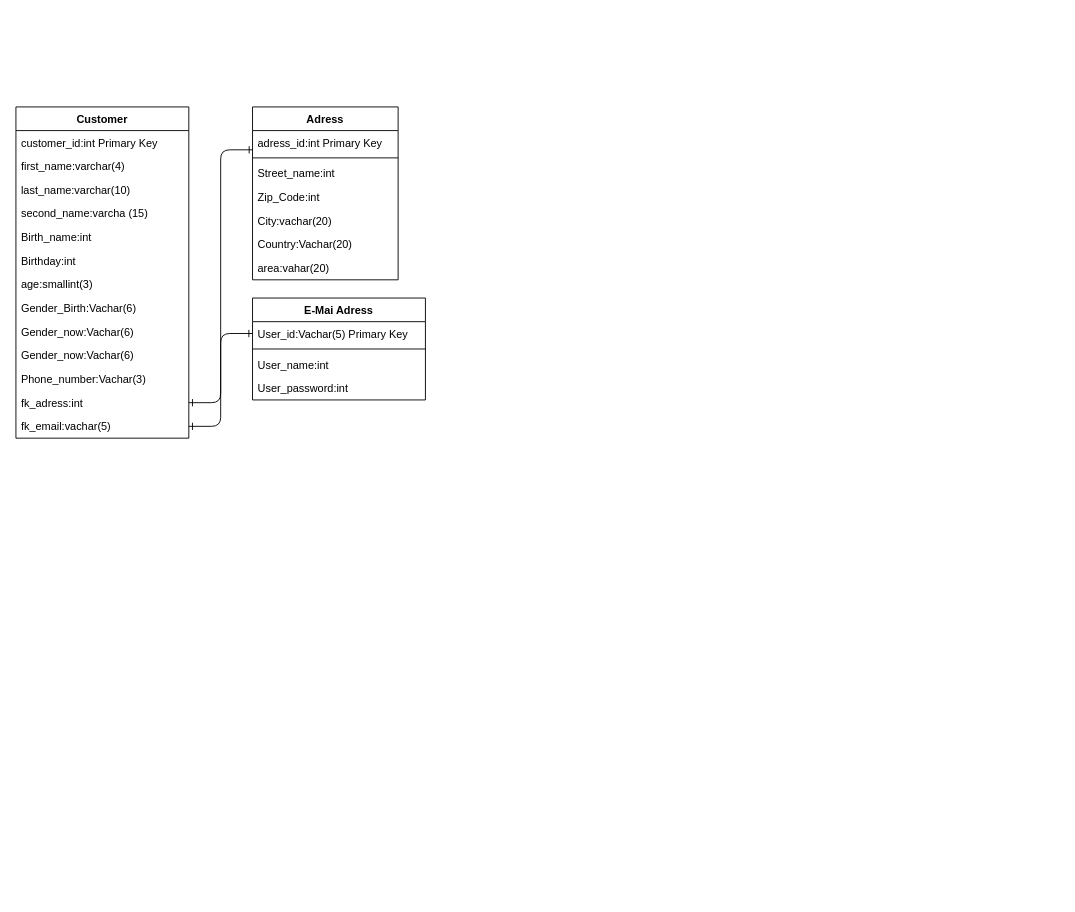
The draw.io diagram page "Famazon Visual 3 UML" (3 of 3) of Michael/FamazonMichael.drawio in MichaelGarrigosa/backenddayone, before the edit. Source tidied: cells renumbered, new cells numbered last; positions are measured from the earlier drawing's top-left corner, leaving out a move shared by most shapes. Both pictures are drawn from the tidied source at 91%, with x=0, y=0 at pixel (15, 106).
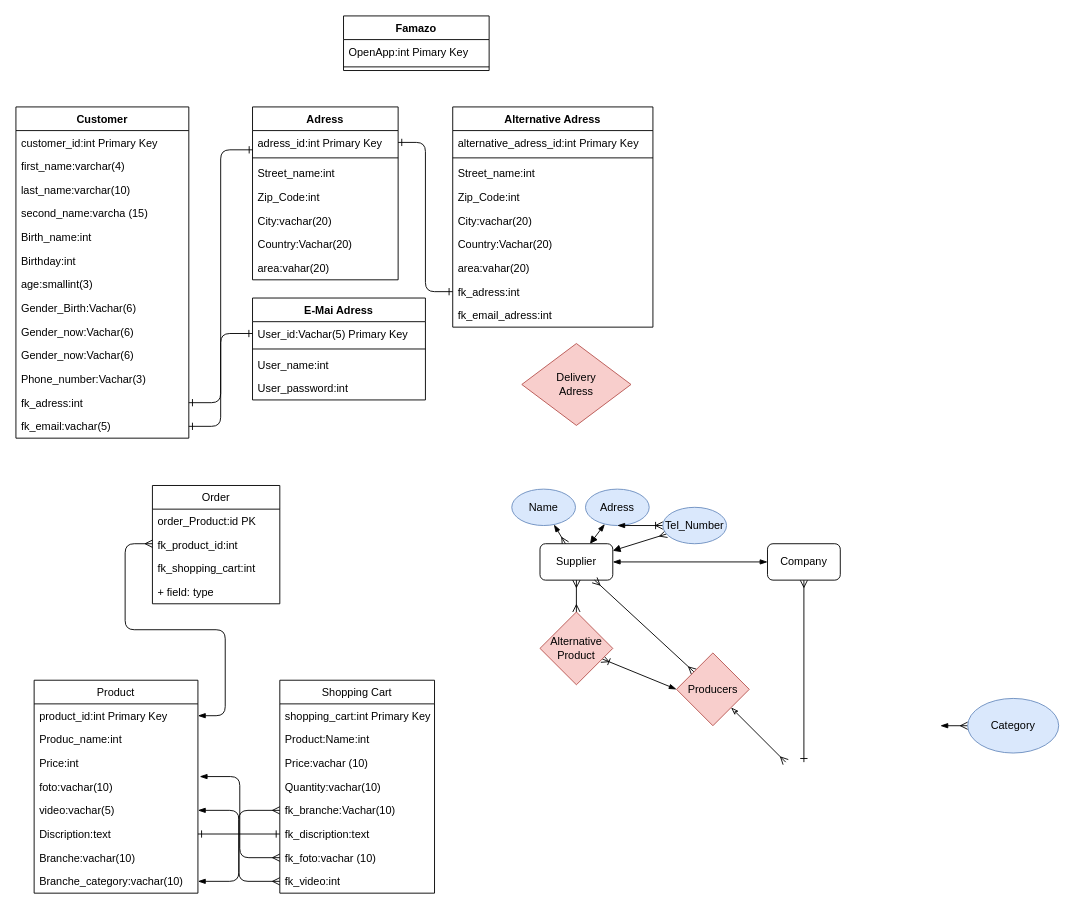
The same diagram, later.

Unchanged cells that the change refers to:
```xml
<mxCell id="3" value="adress_id:int Primary Key" style="text;strokeColor=none;fillColor=none;align=left;verticalAlign=top;spacingLeft=4;spacingRight=4;overflow=hidden;points=[[0,0.5],[1,0.5]];portConstraint=eastwest;" parent="2" vertex="1">
  <mxGeometry y="26" width="160" height="26" as="geometry" />
</mxCell>
```

Diff of the diagram source:
```diff
@@
+    <mxCell id="31" value="Famazo" style="swimlane;fontStyle=1;align=center;verticalAlign=top;horizontal=1;startSize=26;" parent="1" vertex="1">
+      <mxGeometry x="360" y="-100" width="160" height="60" as="geometry" />
+    </mxCell>
+    <mxCell id="32" value="OpenApp:int Pimary Key" style="text;strokeColor=none;fillColor=none;align=left;verticalAlign=top;spacingLeft=4;spacingRight=4;overflow=hidden;" parent="31" vertex="1">
+      <mxGeometry y="26" width="160" height="26" as="geometry" />
+    </mxCell>
+    <mxCell id="33" style="line;strokeWidth=1;fillColor=none;align=left;verticalAlign=middle;spacingTop=-1;spacingLeft=3;spacingRight=3;labelPosition=right;" parent="31" vertex="1">
+      <mxGeometry y="52" width="160" height="8" as="geometry" />
+    </mxCell>
+    <mxCell id="34" value="Delivery &lt;br&gt;Adress" style="rhombus;whiteSpace=wrap;html=1;fillColor=#f8cecc;strokeColor=#b85450;" parent="1" vertex="1">
+      <mxGeometry x="555.9" y="260" width="120" height="90" as="geometry" />
+    </mxCell>
+    <mxCell id="35" value="Alternative Adress" style="swimlane;fontStyle=1;align=center;verticalAlign=top;horizontal=1;startSize=26;" parent="1" vertex="1">
+      <mxGeometry x="480" width="220" height="242" as="geometry" />
+    </mxCell>
+    <mxCell id="36" value="alternative_adress_id:int Primary Key" style="text;strokeColor=none;fillColor=none;align=left;verticalAlign=top;spacingLeft=4;spacingRight=4;overflow=hidden;" parent="35" vertex="1">
+      <mxGeometry y="26" width="220" height="26" as="geometry" />
+    </mxCell>
+    <mxCell id="37" style="line;strokeWidth=1;fillColor=none;align=left;verticalAlign=middle;spacingTop=-1;spacingLeft=3;spacingRight=3;labelPosition=right;" parent="35" vertex="1">
+      <mxGeometry y="52" width="220" height="8" as="geometry" />
+    </mxCell>
+    <mxCell id="38" value="Street_name:int" style="text;strokeColor=none;fillColor=none;align=left;verticalAlign=top;spacingLeft=4;spacingRight=4;overflow=hidden;" parent="35" vertex="1">
+      <mxGeometry y="60" width="220" height="26" as="geometry" />
+    </mxCell>
+    <mxCell id="39" value="Zip_Code:int" style="text;strokeColor=none;fillColor=none;align=left;verticalAlign=top;spacingLeft=4;spacingRight=4;overflow=hidden;" parent="35" vertex="1">
+      <mxGeometry y="86" width="220" height="26" as="geometry" />
+    </mxCell>
+    <mxCell id="40" value="City:vachar(20)" style="text;strokeColor=none;fillColor=none;align=left;verticalAlign=top;spacingLeft=4;spacingRight=4;overflow=hidden;" parent="35" vertex="1">
+      <mxGeometry y="112" width="220" height="26" as="geometry" />
+    </mxCell>
+    <mxCell id="41" value="Country:Vachar(20)" style="text;strokeColor=none;fillColor=none;align=left;verticalAlign=top;spacingLeft=4;spacingRight=4;overflow=hidden;" parent="35" vertex="1">
+      <mxGeometry y="138" width="220" height="26" as="geometry" />
+    </mxCell>
+    <mxCell id="42" value="area:vahar(20)" style="text;strokeColor=none;fillColor=none;align=left;verticalAlign=top;spacingLeft=4;spacingRight=4;overflow=hidden;" parent="35" vertex="1">
+      <mxGeometry y="164" width="220" height="26" as="geometry" />
+    </mxCell>
+    <mxCell id="43" value="fk_adress:int" style="text;strokeColor=none;fillColor=none;align=left;verticalAlign=top;spacingLeft=4;spacingRight=4;overflow=hidden;points=[[0,0.5],[1,0.5]];portConstraint=eastwest;" parent="35" vertex="1">
+      <mxGeometry y="190" width="220" height="26" as="geometry" />
+    </mxCell>
+    <mxCell id="44" value="fk_email_adress:int" style="text;strokeColor=none;fillColor=none;align=left;verticalAlign=top;spacingLeft=4;spacingRight=4;overflow=hidden;" parent="35" vertex="1">
+      <mxGeometry y="216" width="220" height="26" as="geometry" />
+    </mxCell>
+    <mxCell id="45" style="edgeStyle=orthogonalEdgeStyle;html=1;entryX=1;entryY=0.5;entryDx=0;entryDy=0;endArrow=ERone;endFill=0;startArrow=ERone;startFill=0;" parent="1" edge="1" source="43" target="3">
+      <mxGeometry relative="1" as="geometry" />
+    </mxCell>
+    <mxCell id="46" style="edgeStyle=none;html=1;startArrow=ERone;startFill=0;endArrow=ERmany;endFill=0;entryX=0.5;entryY=1;entryDx=0;entryDy=0;" parent="1" edge="1" target="61">
+      <mxGeometry relative="1" as="geometry">
+        <mxPoint x="865.9" y="720" as="sourcePoint" />
+      </mxGeometry>
+    </mxCell>
+    <mxCell id="47" style="edgeStyle=none;html=1;startArrow=blockThin;startFill=1;endArrow=ERmany;endFill=0;" parent="1" edge="1" target="57">
+      <mxGeometry relative="1" as="geometry">
+        <mxPoint x="1015.9" y="680" as="sourcePoint" />
+      </mxGeometry>
+    </mxCell>
+    <mxCell id="48" style="edgeStyle=none;html=1;startArrow=ERmany;startFill=0;endArrow=blockThin;endFill=1;" parent="1" edge="1" source="50" target="51">
+      <mxGeometry relative="1" as="geometry" />
+    </mxCell>
+    <mxCell id="49" style="edgeStyle=none;html=1;entryX=0;entryY=0.5;entryDx=0;entryDy=0;startArrow=blockThin;startFill=1;endArrow=blockThin;endFill=1;" parent="1" edge="1" source="50" target="61">
+      <mxGeometry relative="1" as="geometry" />
+    </mxCell>
+    <mxCell id="50" value="Supplier" style="rounded=1;whiteSpace=wrap;html=1;" parent="1" vertex="1">
+      <mxGeometry x="575.9" y="480" width="80" height="40" as="geometry" />
+    </mxCell>
+    <mxCell id="51" value="Name" style="ellipse;whiteSpace=wrap;html=1;fillColor=#dae8fc;strokeColor=#6c8ebf;" parent="1" vertex="1">
+      <mxGeometry x="544.9" y="420" width="70" height="40" as="geometry" />
+    </mxCell>
+    <mxCell id="52" style="edgeStyle=none;html=1;startArrow=blockThin;startFill=1;endArrow=block;endFill=1;" parent="1" edge="1" source="53" target="50">
+      <mxGeometry relative="1" as="geometry" />
+    </mxCell>
+    <mxCell id="53" value="Adress" style="ellipse;whiteSpace=wrap;html=1;fillColor=#dae8fc;strokeColor=#6c8ebf;" parent="1" vertex="1">
+      <mxGeometry x="625.9" y="420" width="70" height="40" as="geometry" />
+    </mxCell>
+    <mxCell id="54" style="edgeStyle=none;html=1;exitX=1;exitY=1;exitDx=0;exitDy=0;startArrow=classicThin;startFill=0;endArrow=ERmany;endFill=0;" parent="1" edge="1" source="56">
+      <mxGeometry relative="1" as="geometry">
+        <mxPoint x="845.9" y="720" as="targetPoint" />
+      </mxGeometry>
+    </mxCell>
+    <mxCell id="55" style="edgeStyle=none;html=1;startArrow=ERmany;startFill=0;endArrow=ERmany;endFill=0;entryX=0.75;entryY=1;entryDx=0;entryDy=0;" parent="1" edge="1" source="56" target="50">
+      <mxGeometry relative="1" as="geometry" />
+    </mxCell>
+    <mxCell id="56" value="Producers" style="rhombus;whiteSpace=wrap;html=1;fillColor=#f8cecc;strokeColor=#b85450;" parent="1" vertex="1">
+      <mxGeometry x="725.9" y="600" width="80" height="80" as="geometry" />
+    </mxCell>
+    <mxCell id="57" value="Category" style="ellipse;whiteSpace=wrap;html=1;fillColor=#dae8fc;strokeColor=#6c8ebf;" parent="1" vertex="1">
+      <mxGeometry x="1045.9" y="650" width="100" height="60" as="geometry" />
+    </mxCell>
+    <mxCell id="58" style="edgeStyle=none;html=1;entryX=0;entryY=0.5;entryDx=0;entryDy=0;startArrow=ERoneToMany;startFill=0;endArrow=blockThin;endFill=1;" parent="1" edge="1" source="60" target="56">
+      <mxGeometry relative="1" as="geometry" />
+    </mxCell>
+    <mxCell id="59" style="edgeStyle=none;html=1;entryX=0.5;entryY=1;entryDx=0;entryDy=0;startArrow=ERmany;startFill=0;endArrow=ERmany;endFill=0;" parent="1" edge="1" source="60" target="50">
+      <mxGeometry relative="1" as="geometry" />
+    </mxCell>
+    <mxCell id="60" value="Alternative Product" style="rhombus;whiteSpace=wrap;html=1;fillColor=#f8cecc;strokeColor=#b85450;" parent="1" vertex="1">
+      <mxGeometry x="575.9" y="555" width="80" height="80" as="geometry" />
+    </mxCell>
+    <mxCell id="61" value="Company" style="rounded=1;whiteSpace=wrap;html=1;" parent="1" vertex="1">
+      <mxGeometry x="825.9" y="480" width="80" height="40" as="geometry" />
+    </mxCell>
+    <mxCell id="62" style="edgeStyle=none;html=1;startArrow=ERmany;startFill=0;endArrow=block;endFill=1;" parent="1" edge="1" source="64" target="50">
+      <mxGeometry relative="1" as="geometry" />
+    </mxCell>
+    <mxCell id="63" style="edgeStyle=none;html=1;entryX=0.5;entryY=1;entryDx=0;entryDy=0;startArrow=ERoneToMany;startFill=0;endArrow=blockThin;endFill=1;" parent="1" edge="1" source="64" target="53">
+      <mxGeometry relative="1" as="geometry" />
+    </mxCell>
+    <mxCell id="64" value="Tel_Number" style="ellipse;whiteSpace=wrap;html=1;fillColor=#dae8fc;strokeColor=#6c8ebf;" parent="1" vertex="1">
+      <mxGeometry x="710.9" y="440" width="70" height="40" as="geometry" />
+    </mxCell>
+    <mxCell id="65" value="Shopping Cart" style="swimlane;fontStyle=0;horizontal=1;startSize=26;fillColor=none;" parent="1" vertex="1">
+      <mxGeometry x="290" y="630" width="170" height="234" as="geometry" />
+    </mxCell>
+    <mxCell id="66" value="shopping_cart:int Primary Key" style="text;strokeColor=none;fillColor=none;align=left;verticalAlign=top;spacingLeft=4;spacingRight=4;overflow=hidden;" parent="65" vertex="1">
+      <mxGeometry y="26" width="170" height="26" as="geometry" />
+    </mxCell>
+    <mxCell id="67" value="Product:Name:int" style="text;strokeColor=none;fillColor=none;align=left;verticalAlign=top;spacingLeft=4;spacingRight=4;overflow=hidden;" parent="65" vertex="1">
+      <mxGeometry y="52" width="170" height="26" as="geometry" />
+    </mxCell>
+    <mxCell id="68" value="Price:vachar (10)" style="text;strokeColor=none;fillColor=none;align=left;verticalAlign=top;spacingLeft=4;spacingRight=4;overflow=hidden;" parent="65" vertex="1">
+      <mxGeometry y="78" width="170" height="26" as="geometry" />
+    </mxCell>
+    <mxCell id="69" value="Quantity:vachar(10)" style="text;strokeColor=none;fillColor=none;align=left;verticalAlign=top;spacingLeft=4;spacingRight=4;overflow=hidden;" parent="65" vertex="1">
+      <mxGeometry y="104" width="170" height="26" as="geometry" />
+    </mxCell>
+    <mxCell id="70" value="fk_branche:Vachar(10)" style="text;strokeColor=none;fillColor=none;align=left;verticalAlign=top;spacingLeft=4;spacingRight=4;overflow=hidden;points=[[0,0.5],[1,0.5]];portConstraint=eastwest;" parent="65" vertex="1">
+      <mxGeometry y="130" width="170" height="26" as="geometry" />
+    </mxCell>
+    <mxCell id="71" value="fk_discription:text" style="text;strokeColor=none;fillColor=none;align=left;verticalAlign=top;spacingLeft=4;spacingRight=4;overflow=hidden;points=[[0,0.5],[1,0.5]];portConstraint=eastwest;" parent="65" vertex="1">
+      <mxGeometry y="156" width="170" height="26" as="geometry" />
+    </mxCell>
+    <mxCell id="72" value="fk_foto:vachar (10)" style="text;strokeColor=none;fillColor=none;align=left;verticalAlign=top;spacingLeft=4;spacingRight=4;overflow=hidden;points=[[0,0.5],[1,0.5]];portConstraint=eastwest;" parent="65" vertex="1">
+      <mxGeometry y="182" width="170" height="26" as="geometry" />
+    </mxCell>
+    <mxCell id="73" value="fk_video:int" style="text;strokeColor=none;fillColor=none;align=left;verticalAlign=top;spacingLeft=4;spacingRight=4;overflow=hidden;points=[[0,0.5],[1,0.5]];portConstraint=eastwest;" parent="65" vertex="1">
+      <mxGeometry y="208" width="170" height="26" as="geometry" />
+    </mxCell>
+    <mxCell id="74" value="Product" style="swimlane;fontStyle=0;horizontal=1;startSize=26;fillColor=none;" parent="1" vertex="1">
+      <mxGeometry x="20" y="630" width="180" height="234" as="geometry" />
+    </mxCell>
+    <mxCell id="75" value="product_id:int Primary Key" style="text;strokeColor=none;fillColor=none;align=left;verticalAlign=top;spacingLeft=4;spacingRight=4;overflow=hidden;points=[[0,0.5],[1,0.5]];portConstraint=eastwest;" parent="74" vertex="1">
+      <mxGeometry y="26" width="180" height="26" as="geometry" />
+    </mxCell>
+    <mxCell id="76" value="Produc_name:int" style="text;strokeColor=none;fillColor=none;align=left;verticalAlign=top;spacingLeft=4;spacingRight=4;overflow=hidden;" parent="74" vertex="1">
+      <mxGeometry y="52" width="180" height="26" as="geometry" />
+    </mxCell>
+    <mxCell id="77" value="Price:int" style="text;strokeColor=none;fillColor=none;align=left;verticalAlign=top;spacingLeft=4;spacingRight=4;overflow=hidden;" parent="74" vertex="1">
+      <mxGeometry y="78" width="180" height="26" as="geometry" />
+    </mxCell>
+    <mxCell id="78" value="foto:vachar(10)" style="text;strokeColor=none;fillColor=none;align=left;verticalAlign=top;spacingLeft=4;spacingRight=4;overflow=hidden;points=[[0,0.5],[1,0.5]];portConstraint=eastwest;" parent="74" vertex="1">
+      <mxGeometry y="104" width="180" height="26" as="geometry" />
+    </mxCell>
+    <mxCell id="79" value="video:vachar(5)" style="text;strokeColor=none;fillColor=none;align=left;verticalAlign=top;spacingLeft=4;spacingRight=4;overflow=hidden;points=[[0,0.5],[1,0.5]];portConstraint=eastwest;" parent="74" vertex="1">
+      <mxGeometry y="130" width="180" height="26" as="geometry" />
+    </mxCell>
+    <mxCell id="80" value="Discription:text" style="text;strokeColor=none;fillColor=none;align=left;verticalAlign=top;spacingLeft=4;spacingRight=4;overflow=hidden;points=[[0,0.5],[1,0.5]];portConstraint=eastwest;" parent="74" vertex="1">
+      <mxGeometry y="156" width="180" height="26" as="geometry" />
+    </mxCell>
+    <mxCell id="81" value="Branche:vachar(10)" style="text;strokeColor=none;fillColor=none;align=left;verticalAlign=top;spacingLeft=4;spacingRight=4;overflow=hidden;" parent="74" vertex="1">
+      <mxGeometry y="182" width="180" height="26" as="geometry" />
+    </mxCell>
+    <mxCell id="82" value="Branche_category:vachar(10)" style="text;strokeColor=none;fillColor=none;align=left;verticalAlign=top;spacingLeft=4;spacingRight=4;overflow=hidden;points=[[0,0.5],[1,0.5]];portConstraint=eastwest;" parent="74" vertex="1">
+      <mxGeometry y="208" width="180" height="26" as="geometry" />
+    </mxCell>
+    <mxCell id="83" style="edgeStyle=orthogonalEdgeStyle;html=1;entryX=1;entryY=0.5;entryDx=0;entryDy=0;startArrow=ERone;startFill=0;endArrow=ERone;endFill=0;" parent="1" edge="1" source="71" target="80">
+      <mxGeometry relative="1" as="geometry" />
+    </mxCell>
+    <mxCell id="84" style="edgeStyle=elbowEdgeStyle;html=1;startArrow=ERmany;startFill=0;endArrow=blockThin;endFill=1;entryX=1.011;entryY=0.072;entryDx=0;entryDy=0;entryPerimeter=0;" parent="1" edge="1" source="72" target="78">
+      <mxGeometry relative="1" as="geometry" />
+    </mxCell>
+    <mxCell id="85" style="edgeStyle=elbowEdgeStyle;html=1;entryX=1;entryY=0.5;entryDx=0;entryDy=0;startArrow=ERmany;startFill=0;endArrow=blockThin;endFill=1;" parent="1" edge="1" source="73" target="79">
+      <mxGeometry relative="1" as="geometry" />
+    </mxCell>
+    <mxCell id="86" style="edgeStyle=elbowEdgeStyle;html=1;entryX=1;entryY=0.5;entryDx=0;entryDy=0;startArrow=ERmany;startFill=0;endArrow=blockThin;endFill=1;" parent="1" edge="1" source="70" target="82">
+      <mxGeometry relative="1" as="geometry" />
+    </mxCell>
+    <mxCell id="87" value="Order" style="swimlane;fontStyle=0;horizontal=1;startSize=26;fillColor=none;" parent="1" vertex="1">
+      <mxGeometry x="150" y="416" width="140" height="130" as="geometry" />
+    </mxCell>
+    <mxCell id="88" value="order_Product:id PK" style="text;strokeColor=none;fillColor=none;align=left;verticalAlign=top;spacingLeft=4;spacingRight=4;overflow=hidden;" parent="87" vertex="1">
+      <mxGeometry y="26" width="140" height="26" as="geometry" />
+    </mxCell>
+    <mxCell id="89" value="fk_product_id:int" style="text;strokeColor=none;fillColor=none;align=left;verticalAlign=top;spacingLeft=4;spacingRight=4;overflow=hidden;" parent="87" vertex="1">
+      <mxGeometry y="52" width="140" height="26" as="geometry" />
+    </mxCell>
+    <mxCell id="90" value="fk_shopping_cart:int" style="text;strokeColor=none;fillColor=none;align=left;verticalAlign=top;spacingLeft=4;spacingRight=4;overflow=hidden;" parent="87" vertex="1">
+      <mxGeometry y="78" width="140" height="26" as="geometry" />
+    </mxCell>
+    <mxCell id="91" value="+ field: type" style="text;strokeColor=none;fillColor=none;align=left;verticalAlign=top;spacingLeft=4;spacingRight=4;overflow=hidden;" parent="87" vertex="1">
+      <mxGeometry y="104" width="140" height="26" as="geometry" />
+    </mxCell>
+    <mxCell id="92" style="edgeStyle=entityRelationEdgeStyle;html=1;startArrow=blockThin;startFill=1;endArrow=ERmany;endFill=0;elbow=vertical;" parent="1" edge="1" source="75">
+      <mxGeometry relative="1" as="geometry">
+        <mxPoint x="150" y="480" as="targetPoint" />
+      </mxGeometry>
+    </mxCell>
```
